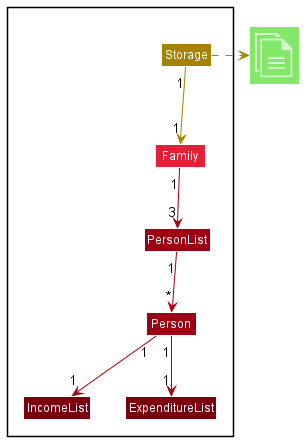
The PlantUML diagram docs/images/StorageDiagram.png in nus-cs2113-AY2122S2/tp, before a commit.
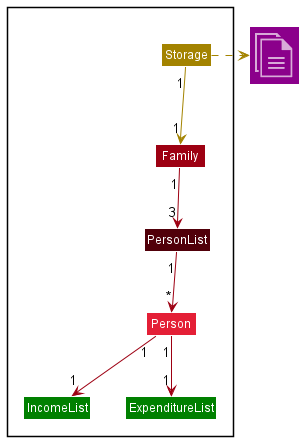
The same diagram one commit later.

What changed in the source:
```diff
@@ -8,11 +8,11 @@
 Package " "<<Rectangle>>{
 
     Class Storage STORAGE_COLOR
-    Class Family MODEL_COLOR_T2
-    Class PersonList MODEL_COLOR
-    Class Person MODEL_COLOR
-    Class IncomeList MODEL_COLOR_T3
-    Class ExpenditureList MODEL_COLOR_T3
+    Class Family MODEL_COLOR
+    Class PersonList MODEL_COLOR_T3
+    Class Person MODEL_COLOR_T2
+    Class IncomeList MONEY_COLOR
+    Class ExpenditureList MONEY_COLOR
 
 }
 
```
